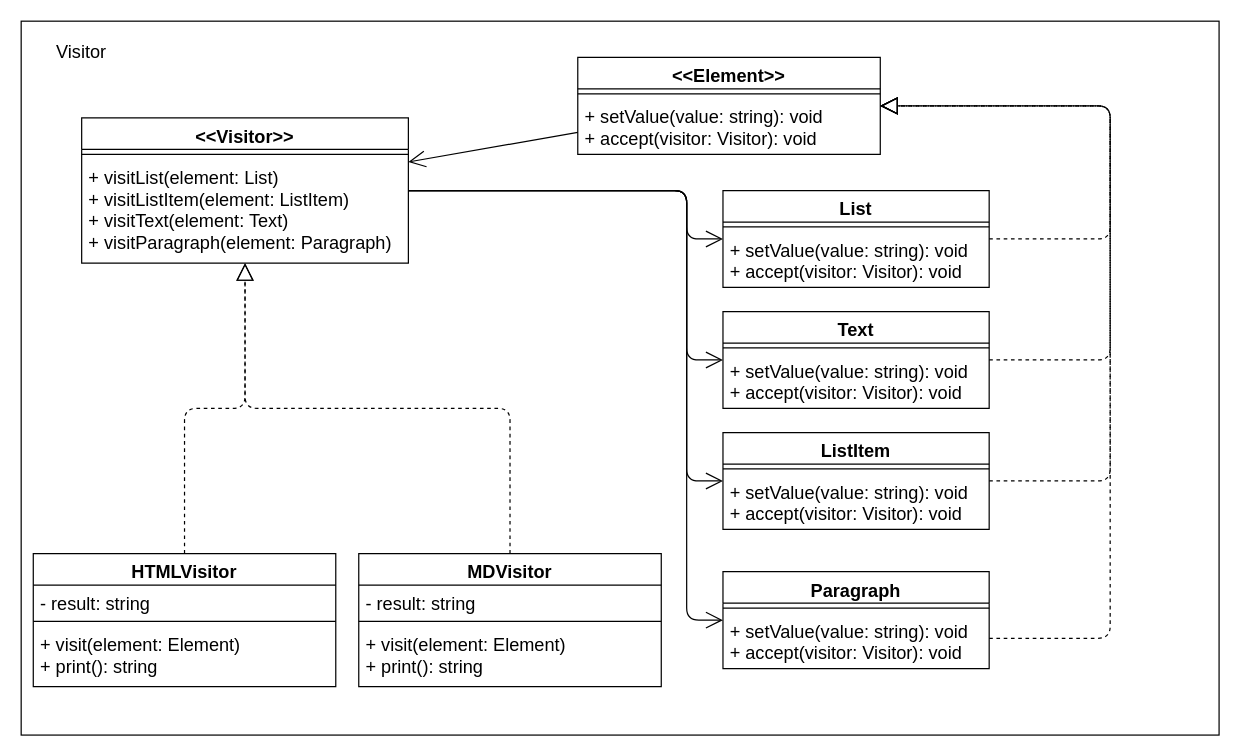
kirill-krasuk/design_patterns keeps this draw.io diagram as behavioral/visitor/visitor.drawio. Above is the earlier version. Source tidied: cells renumbered, new cells numbered last; positions are measured from the earlier drawing's top-left corner, leaving out a move shared by most shapes. Both pictures are drawn from the tidied source at 121%, with x=0, y=0 at pixel (21, 21).
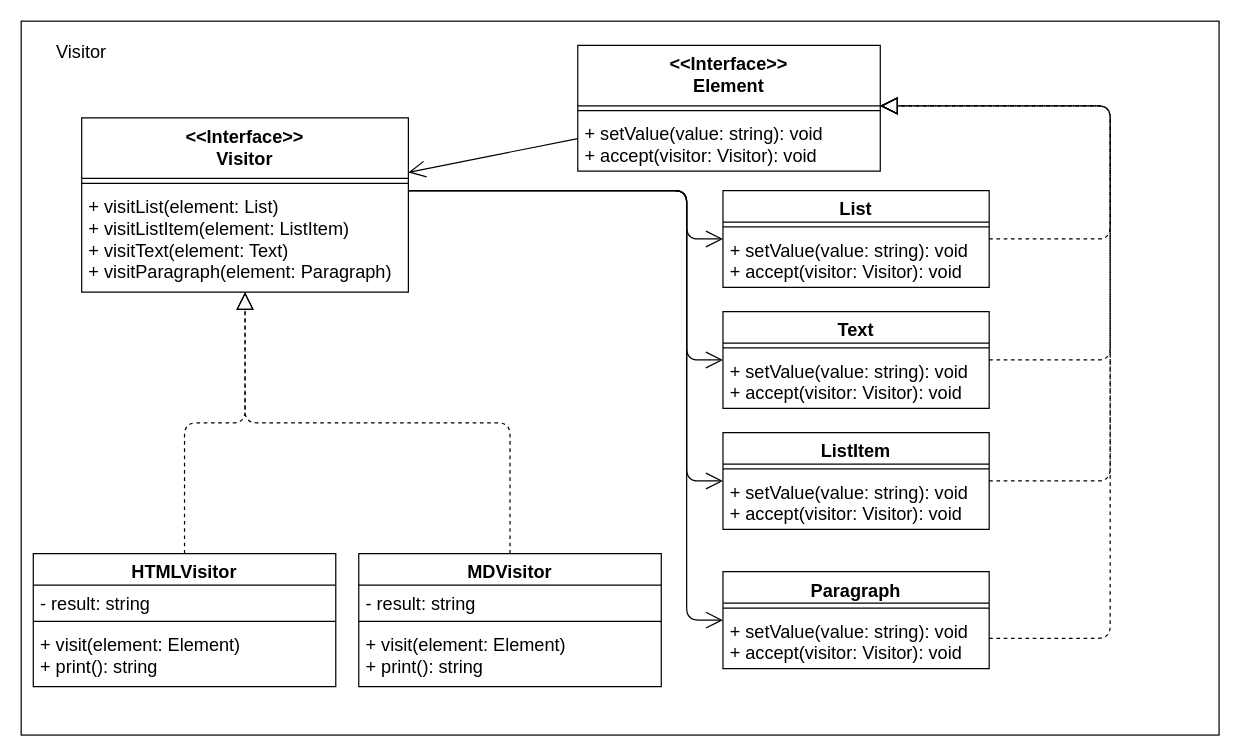
The same diagram, later.

Change to the diagram source:
```diff
@@
-    <mxCell id="4" value="&lt;&lt;Visitor&gt;&gt;" style="swimlane;fontStyle=1;align=center;verticalAlign=top;horizontal=1;startSize=26;fontSize=15;" parent="1" vertex="1">
-      <mxGeometry x="50" y="80" width="270" height="120" as="geometry" />
+    <mxCell id="4" value="&lt;&lt;Interface&gt;&gt;&#10;Visitor" style="swimlane;fontStyle=1;align=center;verticalAlign=top;horizontal=1;startSize=50;fontSize=15;" parent="1" vertex="1">
+      <mxGeometry x="50" y="80" width="270" height="144" as="geometry" />
     </mxCell>
     <mxCell id="5" style="line;strokeWidth=1;fillColor=none;align=left;verticalAlign=middle;spacingTop=-1;spacingLeft=3;spacingRight=3;labelPosition=right;strokeColor=inherit;fontSize=15;" parent="4" vertex="1">
-      <mxGeometry y="26" width="270" height="8" as="geometry" />
+      <mxGeometry y="50" width="270" height="8" as="geometry" />
     </mxCell>
     <mxCell id="6" value="+ visitList(element: List)&#10;+ visitListItem(element: ListItem)&#10;+ visitText(element: Text)&#10;+ visitParagraph(element: Paragraph)" style="text;strokeColor=none;fillColor=none;align=left;verticalAlign=top;spacingLeft=4;spacingRight=4;overflow=hidden;fontSize=15;" parent="4" vertex="1">
-      <mxGeometry y="34" width="270" height="86" as="geometry" />
+      <mxGeometry y="58" width="270" height="86" as="geometry" />
     </mxCell>
-    <mxCell id="7" value="&lt;&lt;Element&gt;&gt;" style="swimlane;fontStyle=1;align=center;verticalAlign=top;horizontal=1;startSize=26;fontSize=15;" parent="1" vertex="1">
-      <mxGeometry x="460" y="30" width="250" height="80" as="geometry" />
+    <mxCell id="7" value="&lt;&lt;Interface&gt;&gt;&#10;Element" style="swimlane;fontStyle=1;align=center;verticalAlign=top;horizontal=1;startSize=50;fontSize=15;" parent="1" vertex="1">
+      <mxGeometry x="460" y="20" width="250" height="104" as="geometry" />
     </mxCell>
     <mxCell id="8" style="line;strokeWidth=1;fillColor=none;align=left;verticalAlign=middle;spacingTop=-1;spacingLeft=3;spacingRight=3;labelPosition=right;strokeColor=inherit;fontSize=15;" parent="7" vertex="1">
-      <mxGeometry y="26" width="250" height="8" as="geometry" />
+      <mxGeometry y="50" width="250" height="8" as="geometry" />
     </mxCell>
     <mxCell id="9" value="+ setValue(value: string): void&#10;+ accept(visitor: Visitor): void" style="text;strokeColor=none;fillColor=none;align=left;verticalAlign=top;spacingLeft=4;spacingRight=4;overflow=hidden;fontSize=15;" parent="7" vertex="1">
-      <mxGeometry y="34" width="250" height="46" as="geometry" />
+      <mxGeometry y="58" width="250" height="46" as="geometry" />
     </mxCell>
```
